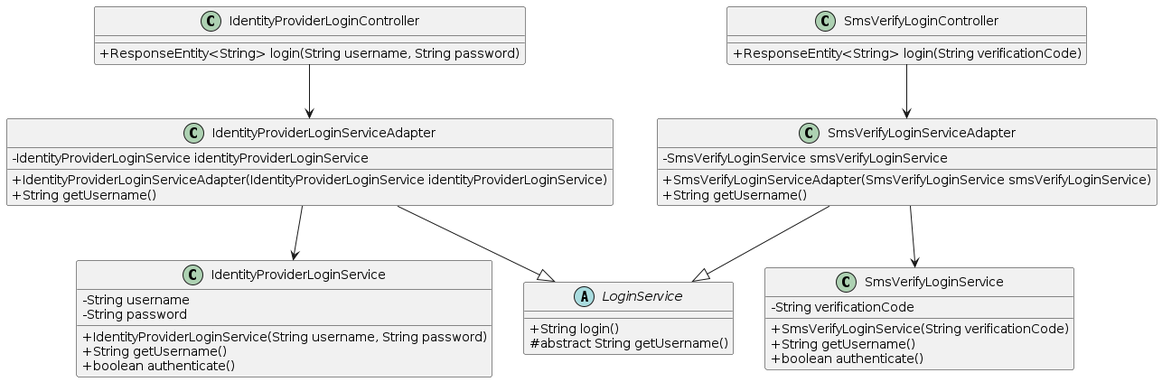
The PlantUML diagram Pressure_cooker/Rens/class_diagram.png in AIM-ENE-feb25/triptop-groep-b4, before a commit.
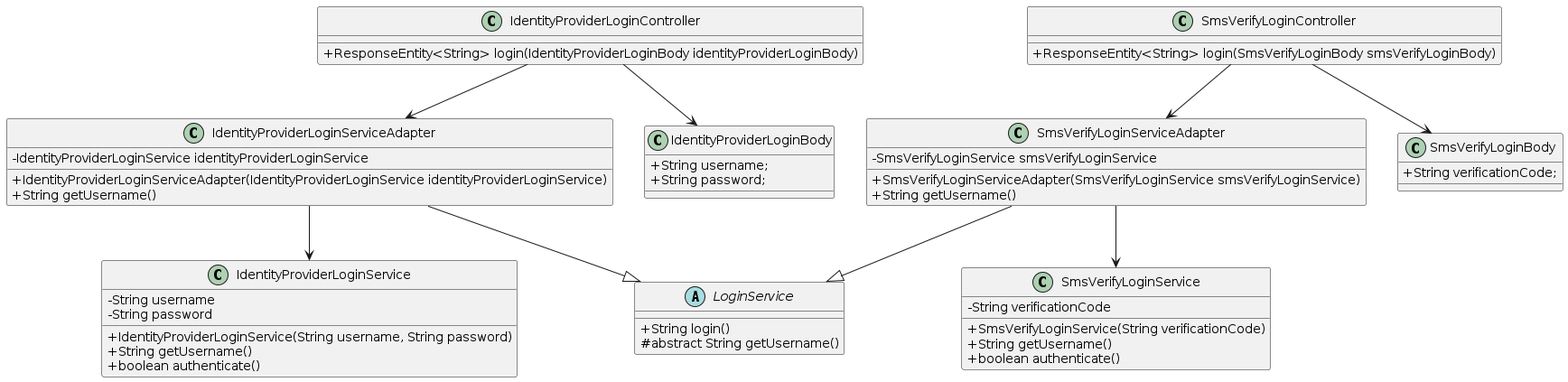
Later version of the same file.

Commit message:
Update class diagram pressure cooker Rens

Diff of the diagram source:
```diff
@@ -3,11 +3,11 @@
 skinparam classAttributeIconSize 0
 
 class IdentityProviderLoginController {
-    +ResponseEntity<String> login(String username, String password)
+    +ResponseEntity<String> login(IdentityProviderLoginBody identityProviderLoginBody)
 }
 
 class SmsVerifyLoginController {
-    +ResponseEntity<String> login(String verificationCode)
+    +ResponseEntity<String> login(SmsVerifyLoginBody smsVerifyLoginBody)
 }
 
 abstract class LoginService {
@@ -42,11 +42,22 @@
     +String getUsername()
 }
 
+class IdentityProviderLoginBody {
+    +String username;
+    +String password;
+}
+
+class SmsVerifyLoginBody {
+    +String verificationCode;
+}
+
 IdentityProviderLoginController --> IdentityProviderLoginServiceAdapter
+IdentityProviderLoginController --> IdentityProviderLoginBody
 IdentityProviderLoginServiceAdapter --|> LoginService
 IdentityProviderLoginServiceAdapter --> IdentityProviderLoginService
 
 SmsVerifyLoginController --> SmsVerifyLoginServiceAdapter
+SmsVerifyLoginController --> SmsVerifyLoginBody
 SmsVerifyLoginServiceAdapter --|> LoginService
 SmsVerifyLoginServiceAdapter --> SmsVerifyLoginService
 
```
